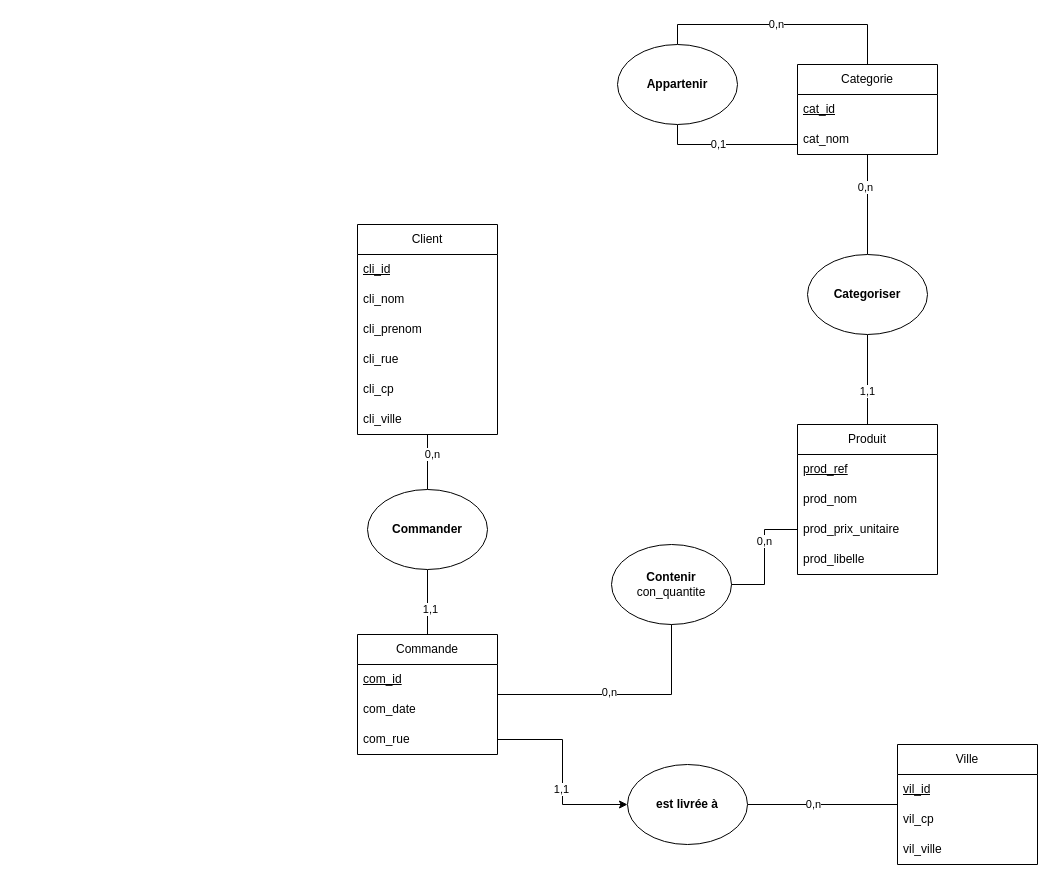
Mzk-Ali/EXO_M2I_MERISE keeps this draw.io diagram as MCD_Gestion_magasin.drawio. Above is the earlier version. Source tidied: cells renumbered, new cells numbered last; positions are measured from the earlier drawing's top-left corner, leaving out a move shared by most shapes. Both pictures are drawn from the tidied source at 100%, with x=0, y=0 at pixel (357, 44).
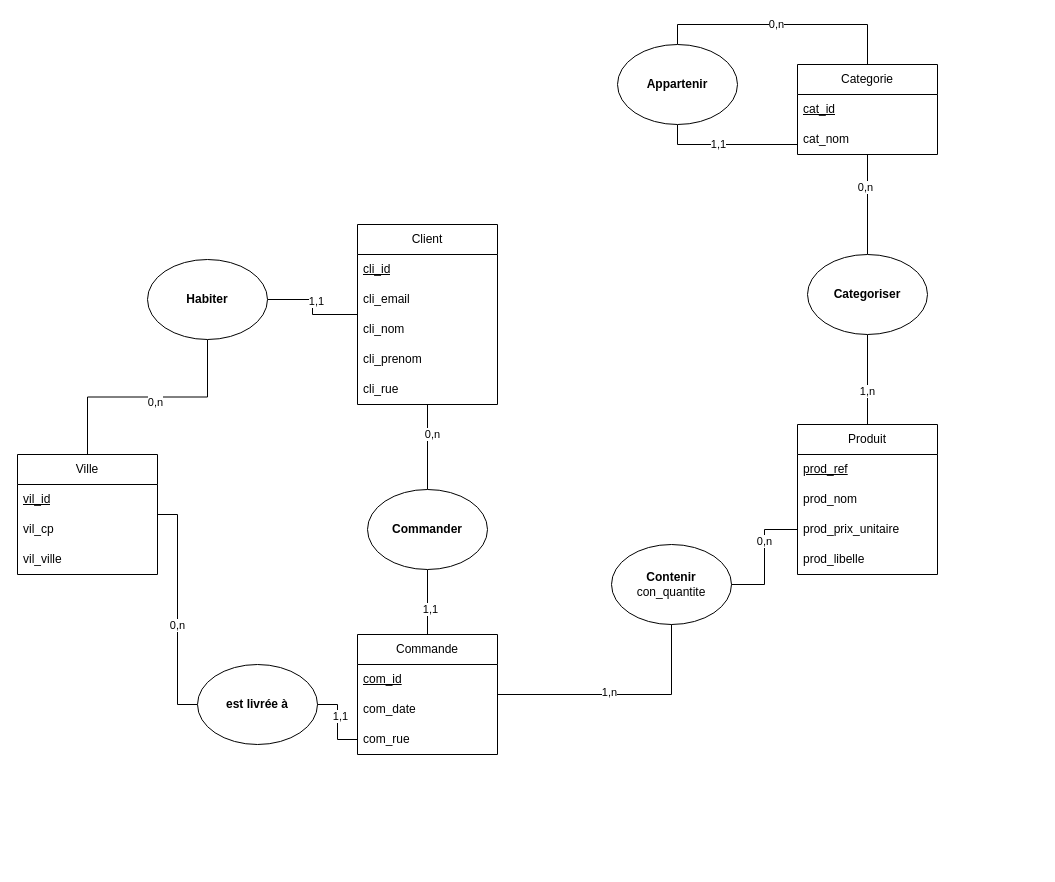
The same page after the edit.

Commit message (it also covers changes not shown here):
Mettre à jour MCD_Gestion_magasin.drawio

Unchanged cells that the change refers to:
```xml
<mxCell id="19" style="edgeStyle=orthogonalEdgeStyle;rounded=0;jettySize=auto;html=1;entryX=0.5;entryY=0;entryDx=0;entryDy=0;endArrow=none;startFill=0;" parent="1" edge="1" source="21" target="2">
  <mxGeometry relative="1" as="geometry" />
</mxCell>
<mxCell id="25" style="edgeStyle=orthogonalEdgeStyle;rounded=0;jettySize=auto;html=1;entryX=0.5;entryY=1;entryDx=0;entryDy=0;endArrow=none;startFill=0;" parent="1" edge="1" source="27" target="22">
  <mxGeometry relative="1" as="geometry" />
</mxCell>
<mxCell id="30" value="com_rue" style="text;strokeColor=none;fillColor=none;align=left;verticalAlign=middle;spacingLeft=4;spacingRight=4;overflow=hidden;points=[[0,0.5],[1,0.5]];portConstraint=eastwest;whiteSpace=wrap;html=1;" parent="27" vertex="1">
  <mxGeometry y="90" width="140" height="30" as="geometry" />
</mxCell>
<mxCell id="36" style="edgeStyle=orthogonalEdgeStyle;rounded=0;jettySize=auto;html=1;endArrow=none;startFill=0;exitX=0.5;exitY=1;exitDx=0;exitDy=0;" parent="1" edge="1" source="40" target="9">
  <mxGeometry relative="1" as="geometry">
    <Array as="points">
      <mxPoint x="320" y="100" />
    </Array>
  </mxGeometry>
</mxCell>
```

Diff of the diagram source:
```diff
@@
+    <mxCell id="50" style="edgeStyle=orthogonalEdgeStyle;rounded=0;jettySize=auto;html=1;entryX=1;entryY=0.5;entryDx=0;entryDy=0;endArrow=none;startFill=0;" parent="1" edge="1" source="12" target="55">
+      <mxGeometry relative="1" as="geometry" />
+    </mxCell>
+    <mxCell id="51" value="1,1" style="edgeLabel;html=1;align=center;verticalAlign=middle;" parent="50" vertex="1">
+      <mxGeometry x="0.13" y="-3" relative="1" as="geometry" />
+    </mxCell>
     <mxCell id="12" value="Client" style="swimlane;fontStyle=0;horizontal=1;startSize=30;whiteSpace=wrap;html=1;" parent="1" vertex="1">
-      <mxGeometry y="180" width="140" height="210" as="geometry" />
+      <mxGeometry y="180" width="140" height="180" as="geometry" />
     </mxCell>
@@
+    <mxCell id="52" value="cli_email" style="text;strokeColor=none;fillColor=none;align=left;verticalAlign=middle;spacingLeft=4;spacingRight=4;overflow=hidden;whiteSpace=wrap;html=1;" parent="12" vertex="1">
+      <mxGeometry y="60" width="140" height="30" as="geometry" />
+    </mxCell>
     <mxCell id="14" value="cli_nom" style="text;strokeColor=none;fillColor=none;align=left;verticalAlign=middle;spacingLeft=4;spacingRight=4;overflow=hidden;whiteSpace=wrap;html=1;" parent="12" vertex="1">
-      <mxGeometry y="60" width="140" height="30" as="geometry" />
+      <mxGeometry y="90" width="140" height="30" as="geometry" />
     </mxCell>
     <mxCell id="15" value="cli_prenom" style="text;strokeColor=none;fillColor=none;align=left;verticalAlign=middle;spacingLeft=4;spacingRight=4;overflow=hidden;whiteSpace=wrap;html=1;" parent="12" vertex="1">
-      <mxGeometry y="90" width="140" height="30" as="geometry" />
+      <mxGeometry y="120" width="140" height="30" as="geometry" />
     </mxCell>
     <mxCell id="16" value="cli_rue" style="text;strokeColor=none;fillColor=none;align=left;verticalAlign=middle;spacingLeft=4;spacingRight=4;overflow=hidden;whiteSpace=wrap;html=1;" parent="12" vertex="1">
-      <mxGeometry y="120" width="140" height="30" as="geometry" />
+      <mxGeometry y="150" width="140" height="30" as="geometry" />
     </mxCell>
-    <mxCell id="17" value="cli_cp" style="text;strokeColor=none;fillColor=none;align=left;verticalAlign=middle;spacingLeft=4;spacingRight=4;overflow=hidden;whiteSpace=wrap;html=1;" parent="12" vertex="1">
-      <mxGeometry y="150" width="140" height="30" as="geometry" />
-    </mxCell>
-    <mxCell id="18" value="cli_ville" style="text;strokeColor=none;fillColor=none;align=left;verticalAlign=middle;spacingLeft=4;spacingRight=4;overflow=hidden;whiteSpace=wrap;html=1;" parent="12" vertex="1">
-      <mxGeometry y="180" width="140" height="30" as="geometry" />
-    </mxCell>
@@
-    <mxCell id="20" value="1,1" style="edgeLabel;html=1;align=center;verticalAlign=middle;" parent="19" vertex="1">
+    <mxCell id="20" value="1,n" style="edgeLabel;html=1;align=center;verticalAlign=middle;" parent="19" vertex="1">
       <mxGeometry x="0.24" y="-1" relative="1" as="geometry" />
     </mxCell>
@@
-    <mxCell id="26" value="0,n" style="edgeLabel;html=1;align=center;verticalAlign=middle;" parent="25" vertex="1">
+    <mxCell id="26" value="1,n" style="edgeLabel;html=1;align=center;verticalAlign=middle;" parent="25" vertex="1">
       <mxGeometry x="-0.09" y="3" relative="1" as="geometry" />
     </mxCell>
@@
-    <mxCell id="37" value="0,1" style="edgeLabel;html=1;align=center;verticalAlign=middle;" parent="36" vertex="1">
+    <mxCell id="37" value="1,1" style="edgeLabel;html=1;align=center;verticalAlign=middle;" parent="36" vertex="1">
       <mxGeometry x="-0.14" y="1" relative="1" as="geometry" />
     </mxCell>
@@
-    <mxCell id="41" style="edgeStyle=orthogonalEdgeStyle;rounded=0;jettySize=auto;html=1;entryX=1;entryY=0.5;entryDx=0;entryDy=0;endArrow=none;startFill=0;" parent="1" edge="1" source="43" target="47">
+    <mxCell id="41" style="edgeStyle=orthogonalEdgeStyle;rounded=0;jettySize=auto;html=1;entryX=0;entryY=0.5;entryDx=0;entryDy=0;endArrow=none;startFill=0;" parent="1" edge="1" source="43" target="47">
       <mxGeometry relative="1" as="geometry" />
     </mxCell>
@@
     <mxCell id="43" value="Ville" style="swimlane;fontStyle=0;horizontal=1;startSize=30;whiteSpace=wrap;html=1;" parent="1" vertex="1">
-      <mxGeometry x="540" y="700" width="140" height="120" as="geometry" />
+      <mxGeometry x="-340" y="410" width="140" height="120" as="geometry" />
     </mxCell>
@@
     <mxCell id="47" value="&lt;b&gt;est livrée à&lt;/b&gt;" style="ellipse;whiteSpace=wrap;html=1;" parent="1" vertex="1">
-      <mxGeometry x="270" y="720" width="120" height="80" as="geometry" />
+      <mxGeometry x="-160" y="620" width="120" height="80" as="geometry" />
     </mxCell>
-    <mxCell id="48" style="edgeStyle=orthogonalEdgeStyle;rounded=0;jettySize=auto;html=1;entryX=0;entryY=0.5;entryDx=0;entryDy=0;" parent="1" edge="1" source="30" target="47">
+    <mxCell id="48" style="edgeStyle=orthogonalEdgeStyle;rounded=0;jettySize=auto;html=1;entryX=1;entryY=0.5;entryDx=0;entryDy=0;endArrow=none;startFill=0;" parent="1" edge="1" source="30" target="47">
       <mxGeometry relative="1" as="geometry" />
     </mxCell>
@@
+    <mxCell id="53" style="edgeStyle=orthogonalEdgeStyle;rounded=0;jettySize=auto;html=1;entryX=0.5;entryY=0;entryDx=0;entryDy=0;endArrow=none;startFill=0;" parent="1" edge="1" source="55" target="43">
+      <mxGeometry relative="1" as="geometry" />
+    </mxCell>
+    <mxCell id="54" value="0,n" style="edgeLabel;html=1;align=center;verticalAlign=middle;" parent="53" vertex="1">
+      <mxGeometry x="-0.06" y="5" relative="1" as="geometry" />
+    </mxCell>
+    <mxCell id="55" value="&lt;b&gt;Habiter&lt;/b&gt;" style="ellipse;whiteSpace=wrap;html=1;" parent="1" vertex="1">
+      <mxGeometry x="-210" y="215" width="120" height="80" as="geometry" />
+    </mxCell>
```
